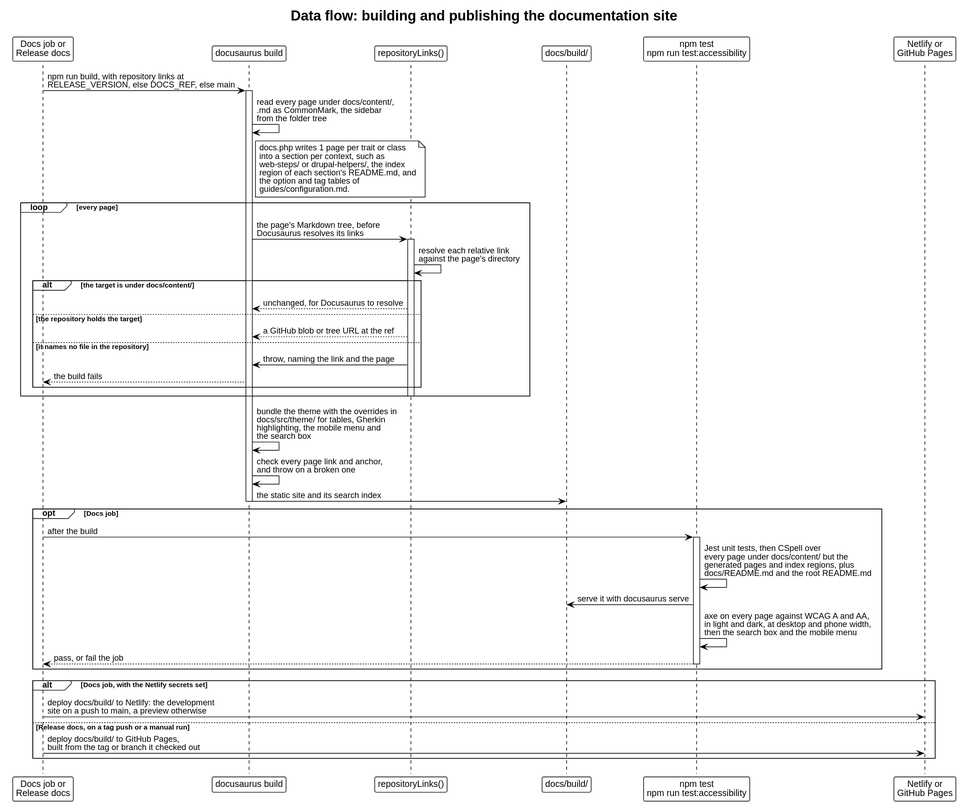
drevops/behat-steps keeps this PlantUML diagram as docs/content/architecture/dataflow-docs-site.svg. Above is the earlier version. Source of this version:
```plantuml
@startuml
!theme plain
skinparam backgroundColor white
skinparam defaultFontName Helvetica
skinparam shadowing false
title Data flow: building and publishing the documentation site

participant "Docs job or\nRelease docs" as CI
participant "docusaurus build" as Build
participant "repositoryLinks()" as Links
participant "docs/build/" as Out
participant "npm test\nnpm run test:accessibility" as Checks
participant "Netlify or\nGitHub Pages" as Host

CI -> Build: npm run build, with repository links at\nRELEASE_VERSION, else DOCS_REF, else main
activate Build
Build -> Build: read every page under docs/content/,\n.md as CommonMark, the sidebar\nfrom the folder tree
note right of Build
  docs.php writes 1 page per trait or class
  into a section per context, such as
  web-steps/ or drupal-helpers/, the index
  region of each section's README.md, and
  the option and tag tables of
  guides/configuration.md.
end note

loop every page
  Build -> Links: the page's Markdown tree, before\nDocusaurus resolves its links
  activate Links
  Links -> Links: resolve each relative link\nagainst the page's directory
  alt the target is under docs/content/
    Links --> Build: unchanged, for Docusaurus to resolve
  else the repository holds the target
    Links --> Build: a GitHub blob or tree URL at the ref
  else it names no file in the repository
    Links -> Build: throw, naming the link and the page
    Build --> CI: the build fails
  end
  deactivate Links
end

Build -> Build: bundle the theme with the overrides in\ndocs/src/theme/ for tables, Gherkin\nhighlighting, the mobile menu and\nthe search box
Build -> Build: check every page link and anchor,\nand throw on a broken one
Build -> Out: the static site and its search index
deactivate Build

opt Docs job
  CI -> Checks: after the build
  activate Checks
  Checks -> Checks: Jest unit tests, then CSpell over\nevery page under docs/content/ but the\ngenerated pages and index regions, plus\ndocs/README.md and the root README.md
  Checks -> Out: serve it with docusaurus serve
  Checks -> Checks: axe on every page against WCAG A and AA,\nin light and dark, at desktop and phone width,\nthen the search box and the mobile menu
  Checks --> CI: pass, or fail the job
  deactivate Checks
end

alt Docs job, with the Netlify secrets set
  CI -> Host: deploy docs/build/ to Netlify: the development\nsite on a push to main, a preview otherwise
else Release docs, on a tag push or a manual run
  CI -> Host: deploy docs/build/ to GitHub Pages,\nbuilt from the tag or branch it checked out
end
@enduml
```
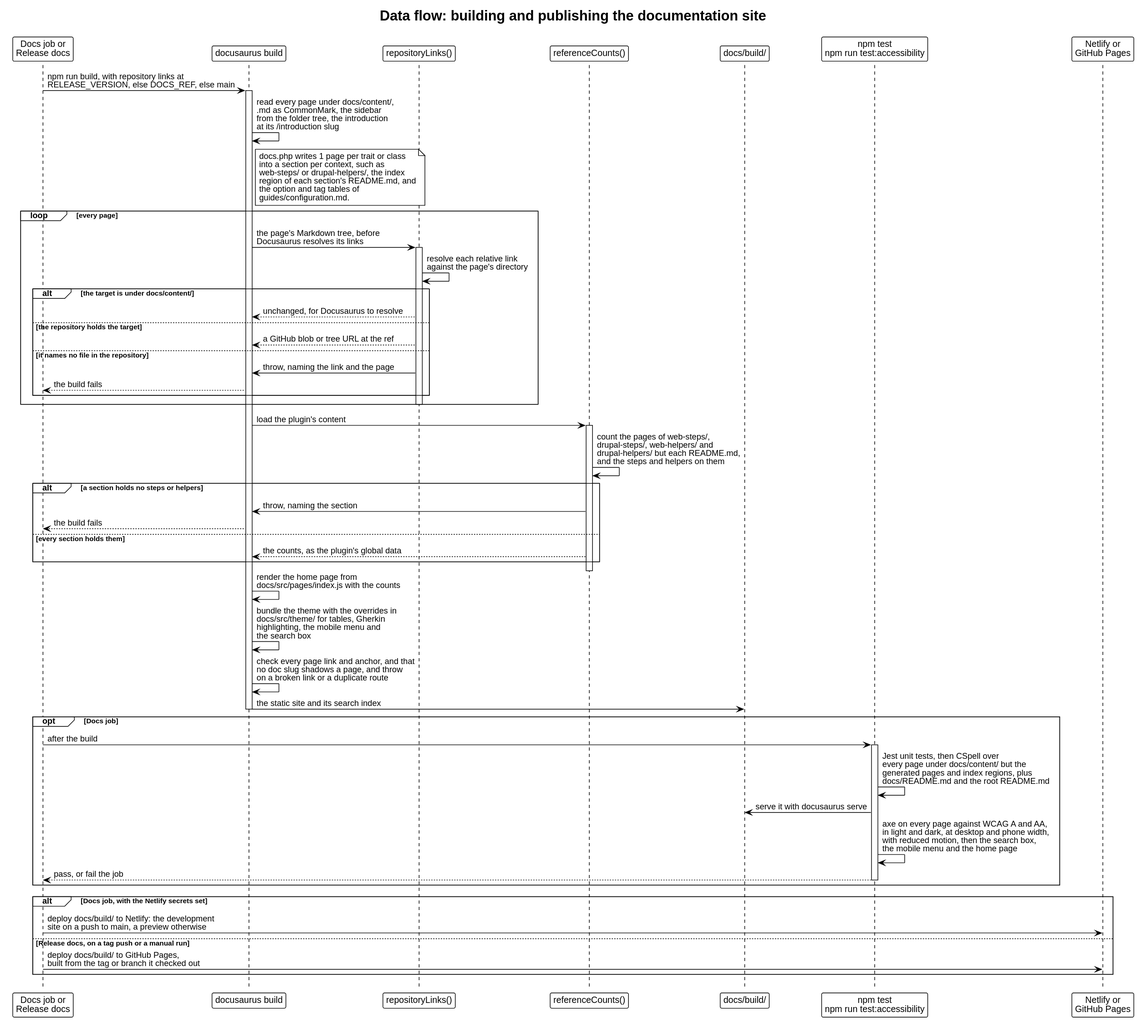
The same file after the commit.

The edit, as a diff of the source:
```diff
@@ -8,13 +8,14 @@
 participant "Docs job or\nRelease docs" as CI
 participant "docusaurus build" as Build
 participant "repositoryLinks()" as Links
+participant "referenceCounts()" as Counts
 participant "docs/build/" as Out
 participant "npm test\nnpm run test:accessibility" as Checks
 participant "Netlify or\nGitHub Pages" as Host
 
 CI -> Build: npm run build, with repository links at\nRELEASE_VERSION, else DOCS_REF, else main
 activate Build
-Build -> Build: read every page under docs/content/,\n.md as CommonMark, the sidebar\nfrom the folder tree
+Build -> Build: read every page under docs/content/,\n.md as CommonMark, the sidebar\nfrom the folder tree, the introduction\nat its /introduction slug
 note right of Build
   docs.php writes 1 page per trait or class
   into a section per context, such as
@@ -39,8 +40,20 @@
   deactivate Links
 end
 
+Build -> Counts: load the plugin's content
+activate Counts
+Counts -> Counts: count the pages of web-steps/,\ndrupal-steps/, web-helpers/ and\ndrupal-helpers/ but each README.md,\nand the steps and helpers on them
+alt a section holds no steps or helpers
+  Counts -> Build: throw, naming the section
+  Build --> CI: the build fails
+else every section holds them
+  Counts --> Build: the counts, as the plugin's global data
+end
+deactivate Counts
+
+Build -> Build: render the home page from\ndocs/src/pages/index.js with the counts
 Build -> Build: bundle the theme with the overrides in\ndocs/src/theme/ for tables, Gherkin\nhighlighting, the mobile menu and\nthe search box
-Build -> Build: check every page link and anchor,\nand throw on a broken one
+Build -> Build: check every page link and anchor, and that\nno doc slug shadows a page, and throw\non a broken link or a duplicate route
 Build -> Out: the static site and its search index
 deactivate Build
 
@@ -49,7 +62,7 @@
   activate Checks
   Checks -> Checks: Jest unit tests, then CSpell over\nevery page under docs/content/ but the\ngenerated pages and index regions, plus\ndocs/README.md and the root README.md
   Checks -> Out: serve it with docusaurus serve
-  Checks -> Checks: axe on every page against WCAG A and AA,\nin light and dark, at desktop and phone width,\nthen the search box and the mobile menu
+  Checks -> Checks: axe on every page against WCAG A and AA,\nin light and dark, at desktop and phone width,\nwith reduced motion, then the search box,\nthe mobile menu and the home page
   Checks --> CI: pass, or fail the job
   deactivate Checks
 end
```
